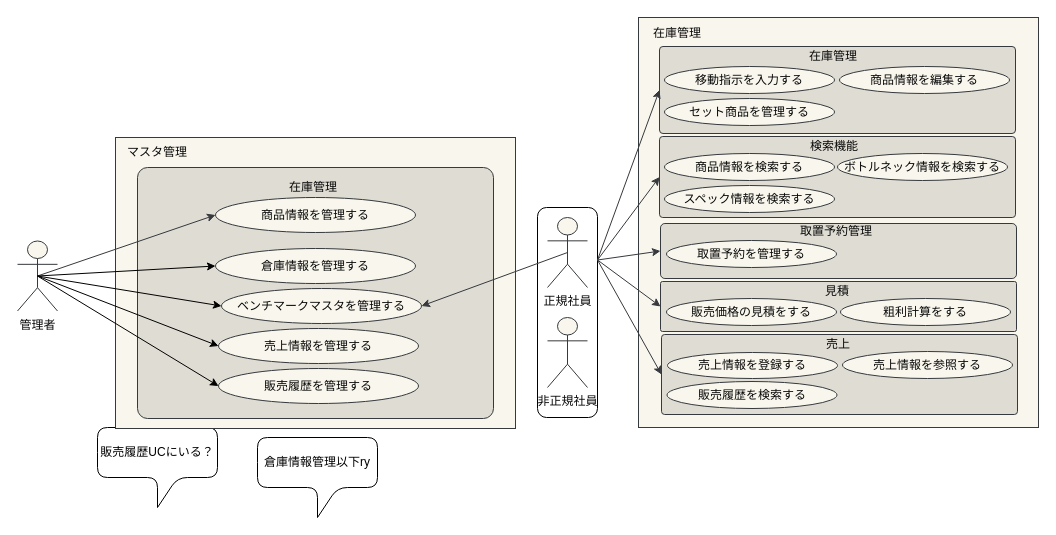
Before: page "在庫管理_ユースケース図" (2 of 3) of 各種設計書/2ユースケース図_済/ユースケース図.drawio in HaruShim/Sotuken, a draw.io diagram. Source tidied: cells renumbered, new cells numbered last; positions are measured from the earlier drawing's top-left corner, leaving out a move shared by most shapes. Both pictures are drawn from the tidied source at 100%, with x=0, y=0 at pixel (17, 17).
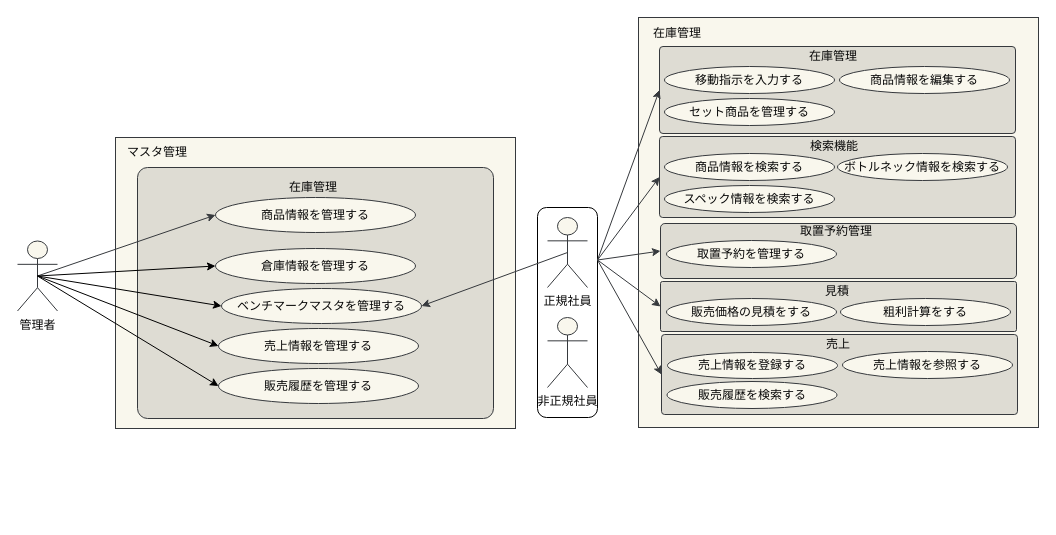
The same diagram, later.

The edit, as a diff of the source:
```diff
@@
-    <mxCell id="9" value="販売履歴UCにいる？" style="shape=callout;rounded=1;whiteSpace=wrap;html=1;perimeter=calloutPerimeter;" parent="1" vertex="1">
-      <mxGeometry x="80" y="410" width="120" height="80" as="geometry" />
-    </mxCell>
-    <mxCell id="10" value="倉庫情報管理以下ry" style="shape=callout;rounded=1;whiteSpace=wrap;html=1;perimeter=calloutPerimeter;" parent="1" vertex="1">
-      <mxGeometry x="240" y="420" width="120" height="80" as="geometry" />
-    </mxCell>
```
